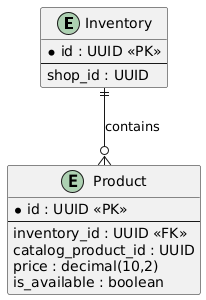
The PlantUML diagram img/tactical-design/inventory/db.png in Soulware-Apps-Moviles/report, before a commit. Its diagram source:
```plantuml
@startuml
entity "Inventory" as inventory {
  * id : UUID <<PK>>
  --
  shop_id : UUID
}

entity "Product" as product {
  * id : UUID <<PK>>
  --
  inventory_id : UUID <<FK>>
  catalog_product_id : UUID
  price : decimal(10,2)
  is_available : boolean
}

inventory ||--o{ product : contains
@enduml
```
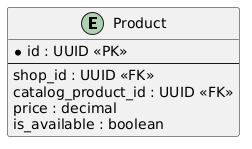
Above is the later version.

What changed in the source:
```diff
@@ -1,18 +1,10 @@
 @startuml
-entity "Inventory" as inventory {
-  * id : UUID <<PK>>
-  --
-  shop_id : UUID
-}
-
 entity "Product" as product {
   * id : UUID <<PK>>
   --
-  inventory_id : UUID <<FK>>
-  catalog_product_id : UUID
-  price : decimal(10,2)
+  shop_id : UUID <<FK>>
+  catalog_product_id : UUID <<FK>>
+  price : decimal
   is_available : boolean
 }
-
-inventory ||--o{ product : contains
 @enduml
```
